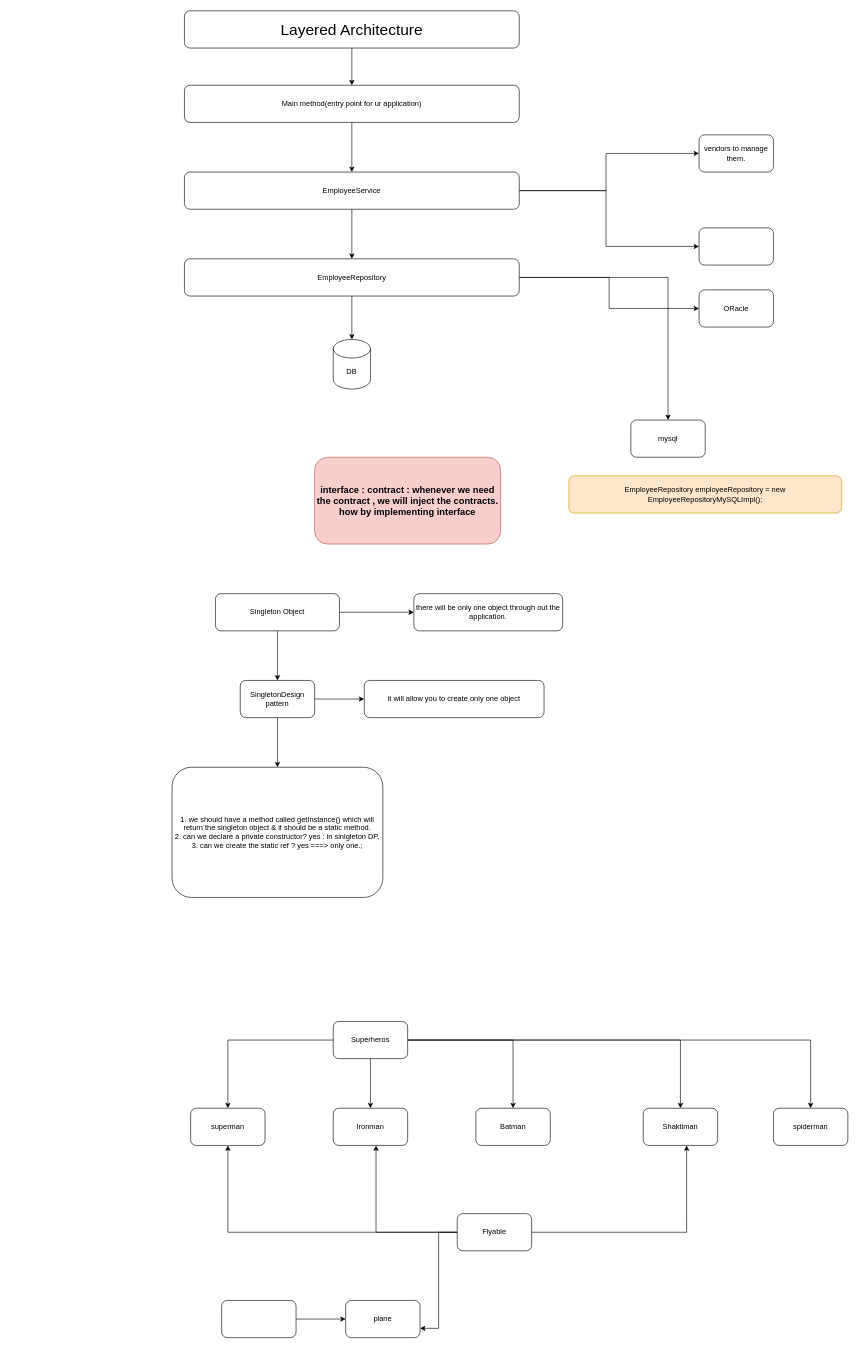
Before: page "emp layered archi" (3 of 4) of Untitled Diagram.drawio in abhinandanchivate/imarticussg, a draw.io diagram. Source tidied: cells renumbered, new cells numbered last; positions are measured from the earlier drawing's top-left corner, leaving out a move shared by most shapes. Both pictures are drawn from the tidied source at 62%, with x=0, y=0 at pixel (172, 11).
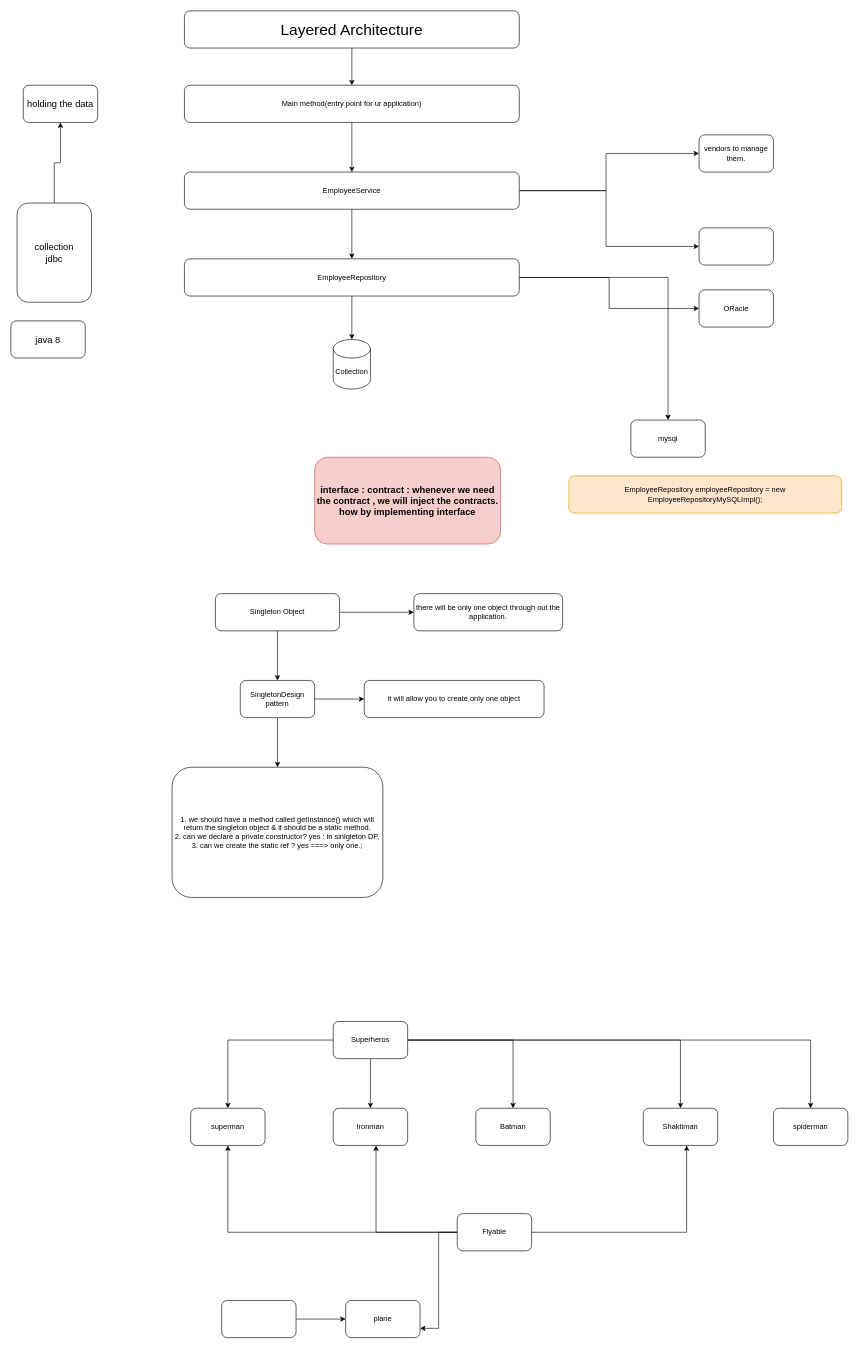
The same page after the edit.

What changed in the source:
```diff
@@
-    <mxCell id="14" value="DB" style="shape=cylinder3;whiteSpace=wrap;html=1;boundedLbl=1;backgroundOutline=1;size=15;fontSize=12;" parent="1" vertex="1">
+    <mxCell id="14" value="Collection" style="shape=cylinder3;whiteSpace=wrap;html=1;boundedLbl=1;backgroundOutline=1;size=15;fontSize=12;" parent="1" vertex="1">
       <mxGeometry x="260" y="530" width="60" height="80" as="geometry" />
     </mxCell>
@@
+    <mxCell id="49" style="edgeStyle=orthogonalEdgeStyle;rounded=0;jettySize=auto;html=1;fontSize=15;" parent="1" edge="1" source="50" target="52">
+      <mxGeometry relative="1" as="geometry" />
+    </mxCell>
+    <mxCell id="50" value="collection&lt;br&gt;jdbc&lt;br&gt;" style="rounded=1;whiteSpace=wrap;html=1;fontSize=15;" parent="1" vertex="1">
+      <mxGeometry x="-250" y="310" width="120" height="160" as="geometry" />
+    </mxCell>
+    <mxCell id="51" value="java 8" style="rounded=1;whiteSpace=wrap;html=1;fontSize=15;" parent="1" vertex="1">
+      <mxGeometry x="-260" y="500" width="120" height="60" as="geometry" />
+    </mxCell>
+    <mxCell id="52" value="holding the data" style="whiteSpace=wrap;html=1;fontSize=15;rounded=1;" parent="1" vertex="1">
+      <mxGeometry x="-240" y="120" width="120" height="60" as="geometry" />
+    </mxCell>
```
